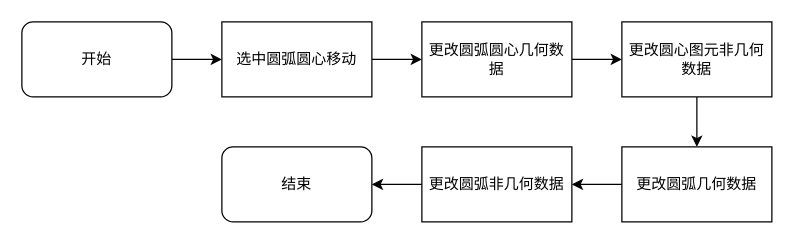
This is 图元移动设计.drawio from liuhuliuhu123/First-test, a draw.io file, before an edit. Source tidied: cells renumbered, new cells numbered last; positions are measured from the earlier drawing's top-left corner, leaving out a move shared by most shapes. Both pictures are drawn from the tidied source at 125%, with x=0, y=0 at pixel (21, 21).
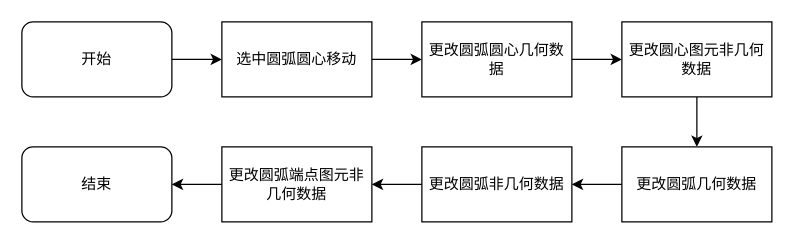
After the change.

Commit message (it also covers changes not shown here):
更新图元移动设计.drawio

Diff of the diagram source:
```diff
@@
 <mxGraphModel>
   <root>
     <mxCell id="0" />
     <mxCell id="1" parent="0" />
     <mxCell id="2" style="edgeStyle=orthogonalEdgeStyle;rounded=0;jettySize=auto;html=1;entryX=0;entryY=0.5;entryDx=0;entryDy=0;" parent="1" edge="1" source="3" target="5">
       <mxGeometry relative="1" as="geometry" />
     </mxCell>
     <mxCell id="3" value="开始" style="rounded=1;whiteSpace=wrap;html=1;" parent="1" vertex="1">
       <mxGeometry width="120" height="60" as="geometry" />
     </mxCell>
     <mxCell id="4" style="edgeStyle=orthogonalEdgeStyle;rounded=0;jettySize=auto;html=1;" parent="1" edge="1" source="5" target="7">
       <mxGeometry relative="1" as="geometry" />
     </mxCell>
     <mxCell id="5" value="选中圆弧圆心移动" style="rounded=0;whiteSpace=wrap;html=1;" parent="1" vertex="1">
       <mxGeometry x="160" width="120" height="60" as="geometry" />
     </mxCell>
     <mxCell id="6" style="edgeStyle=orthogonalEdgeStyle;rounded=0;jettySize=auto;html=1;" parent="1" edge="1" source="7" target="9">
       <mxGeometry relative="1" as="geometry" />
     </mxCell>
     <mxCell id="7" value="更改圆弧圆心几何数据" style="whiteSpace=wrap;html=1;rounded=0;" parent="1" vertex="1">
       <mxGeometry x="320" width="120" height="60" as="geometry" />
     </mxCell>
     <mxCell id="8" style="edgeStyle=orthogonalEdgeStyle;rounded=0;jettySize=auto;html=1;entryX=0.5;entryY=0;entryDx=0;entryDy=0;" parent="1" edge="1" source="9" target="11">
       <mxGeometry relative="1" as="geometry" />
     </mxCell>
     <mxCell id="9" value="更改圆心图元非几何数据" style="whiteSpace=wrap;html=1;rounded=0;" parent="1" vertex="1">
       <mxGeometry x="480" width="120" height="60" as="geometry" />
     </mxCell>
     <mxCell id="10" style="edgeStyle=orthogonalEdgeStyle;rounded=0;jettySize=auto;html=1;entryX=1;entryY=0.5;entryDx=0;entryDy=0;" parent="1" edge="1" source="11" target="13">
       <mxGeometry relative="1" as="geometry" />
     </mxCell>
     <mxCell id="11" value="更改圆弧几何数据" style="rounded=0;whiteSpace=wrap;html=1;" parent="1" vertex="1">
       <mxGeometry x="480" y="100" width="120" height="60" as="geometry" />
     </mxCell>
-    <mxCell id="12" style="edgeStyle=orthogonalEdgeStyle;rounded=0;jettySize=auto;html=1;entryX=1;entryY=0.5;entryDx=0;entryDy=0;" parent="1" edge="1" source="13" target="14">
-      <mxGeometry relative="1" as="geometry" />
-    </mxCell>
+    <mxCell id="15" style="edgeStyle=orthogonalEdgeStyle;rounded=0;jettySize=auto;html=1;entryX=1;entryY=0.5;entryDx=0;entryDy=0;" parent="1" edge="1" source="13" target="17">
+      <mxGeometry relative="1" as="geometry" />
+    </mxCell>
     <mxCell id="13" value="更改圆弧非几何数据" style="rounded=0;whiteSpace=wrap;html=1;" parent="1" vertex="1">
       <mxGeometry x="320" y="100" width="120" height="60" as="geometry" />
     </mxCell>
     <mxCell id="14" value="结束" style="rounded=1;whiteSpace=wrap;html=1;" parent="1" vertex="1">
-      <mxGeometry x="160" y="100" width="120" height="60" as="geometry" />
+      <mxGeometry y="100" width="120" height="60" as="geometry" />
     </mxCell>
+    <mxCell id="16" style="edgeStyle=orthogonalEdgeStyle;rounded=0;jettySize=auto;html=1;entryX=1;entryY=0.5;entryDx=0;entryDy=0;" parent="1" edge="1" source="17" target="14">
+      <mxGeometry relative="1" as="geometry" />
+    </mxCell>
+    <mxCell id="17" value="更改圆弧端点图元非几何数据" style="rounded=0;whiteSpace=wrap;html=1;" parent="1" vertex="1">
+      <mxGeometry x="160" y="100" width="120" height="60" as="geometry" />
+    </mxCell>
   </root>
 </mxGraphModel>
```
